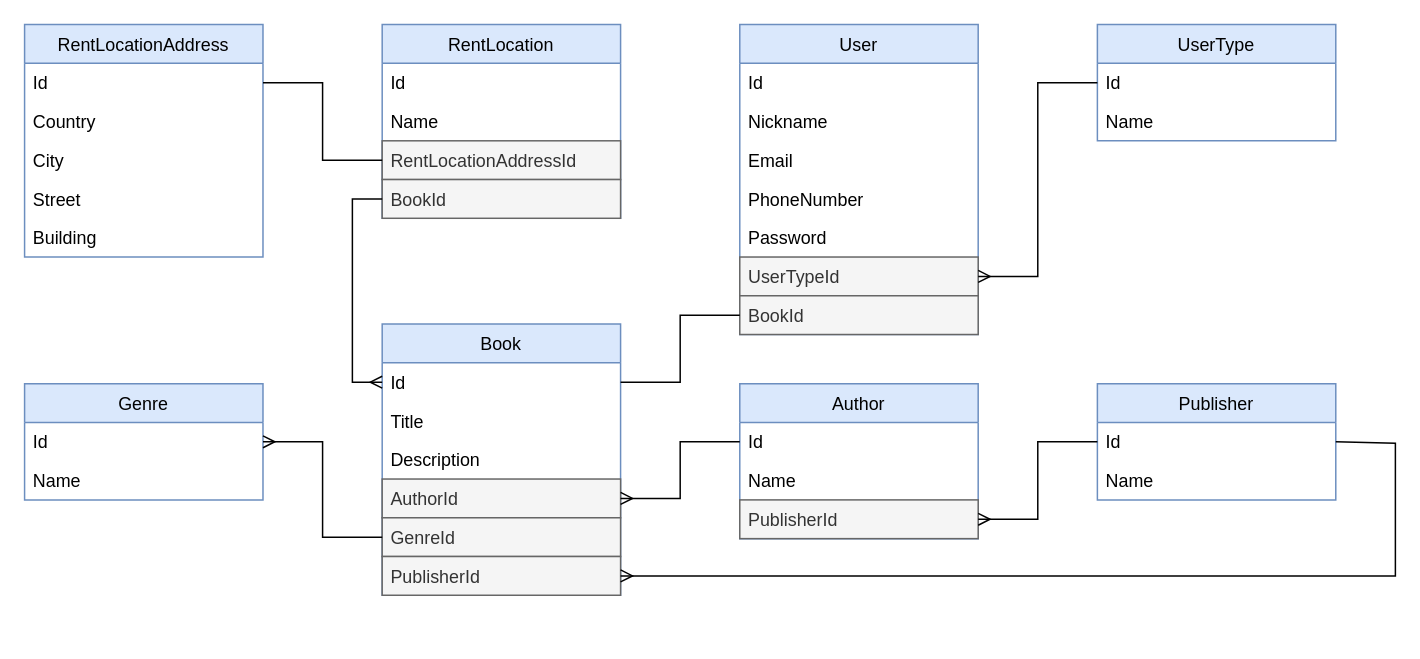
Before: Untitled Diagram.drawio in s-samusik/BookSharing, a draw.io diagram. Source tidied: cells renumbered, new cells numbered last; positions are measured from the earlier drawing's top-left corner, leaving out a move shared by most shapes. Both pictures are drawn from the tidied source at 149%, with x=0, y=0 at pixel (24, 24).
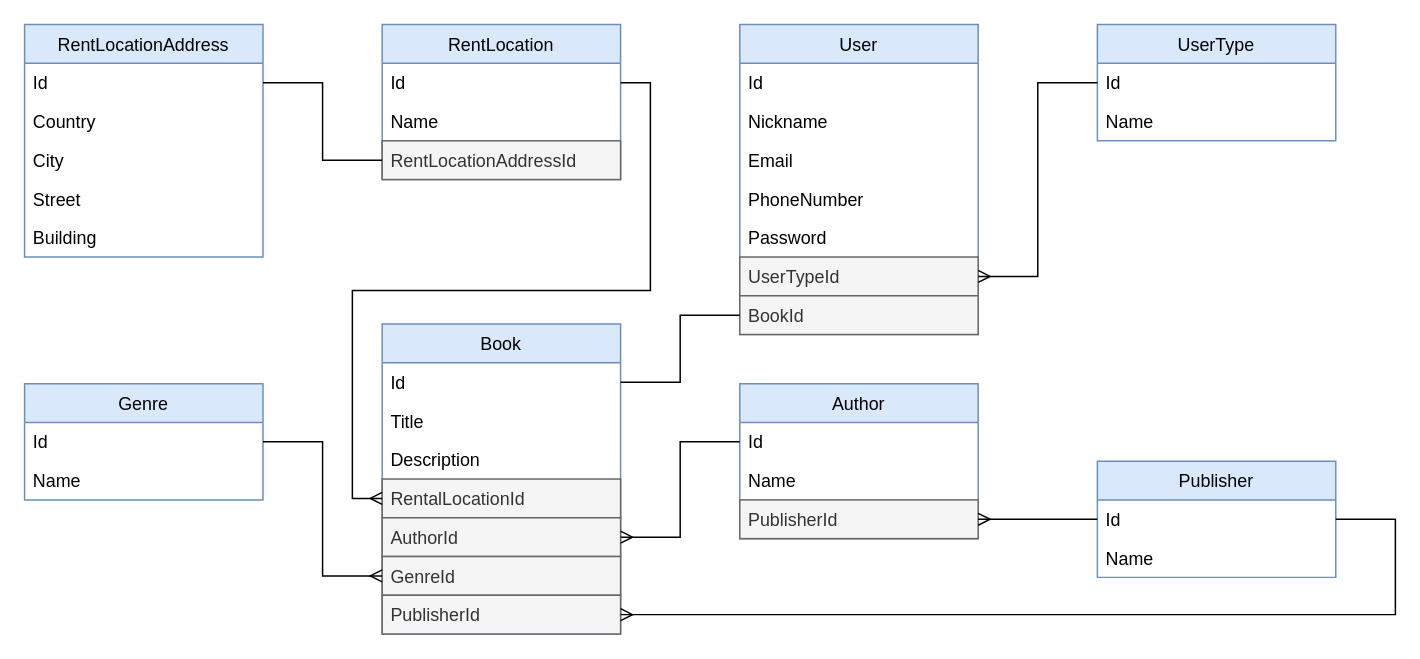
The same diagram, later.

Unchanged cells that the change refers to:
```xml
<mxCell id="3" value="Id" style="text;strokeColor=none;fillColor=none;align=left;verticalAlign=top;spacingLeft=4;spacingRight=4;overflow=hidden;points=[[0,0.5],[1,0.5]];portConstraint=eastwest;" parent="2" vertex="1">
  <mxGeometry y="26" width="160" height="26" as="geometry" />
</mxCell>
<mxCell id="10" value="Id" style="text;strokeColor=none;fillColor=none;align=left;verticalAlign=top;spacingLeft=4;spacingRight=4;overflow=hidden;points=[[0,0.5],[1,0.5]];portConstraint=eastwest;" parent="9" vertex="1">
  <mxGeometry y="26" width="160" height="26" as="geometry" />
</mxCell>
<mxCell id="18" value="Id" style="text;strokeColor=none;fillColor=none;align=left;verticalAlign=top;spacingLeft=4;spacingRight=4;overflow=hidden;points=[[0,0.5],[1,0.5]];portConstraint=eastwest;" parent="17" vertex="1">
  <mxGeometry y="26" width="160" height="26" as="geometry" />
</mxCell>
<mxCell id="42" value="Id" style="text;strokeColor=none;fillColor=none;align=left;verticalAlign=top;spacingLeft=4;spacingRight=4;overflow=hidden;points=[[0,0.5],[1,0.5]];portConstraint=eastwest;" parent="41" vertex="1">
  <mxGeometry y="26" width="160" height="26" as="geometry" />
</mxCell>
```

Diff of the diagram source:
```diff
@@
     <mxCell id="2" value="Book" style="swimlane;fontStyle=0;horizontal=1;startSize=26;fillColor=#dae8fc;strokeColor=#6c8ebf;" parent="1" vertex="1">
-      <mxGeometry x="240" y="201" width="160" height="182" as="geometry" />
+      <mxGeometry x="240" y="201" width="160" height="208" as="geometry" />
     </mxCell>
@@
+    <mxCell id="49" value="RentalLocationId&#10;" style="text;strokeColor=#666666;fillColor=#f5f5f5;align=left;verticalAlign=top;spacingLeft=4;spacingRight=4;overflow=hidden;points=[[0,0.5],[1,0.5]];portConstraint=eastwest;fontColor=#333333;" parent="2" vertex="1">
+      <mxGeometry y="104" width="160" height="26" as="geometry" />
+    </mxCell>
     <mxCell id="6" value="AuthorId" style="text;strokeColor=#666666;fillColor=#f5f5f5;align=left;verticalAlign=top;spacingLeft=4;spacingRight=4;overflow=hidden;points=[[0,0.5],[1,0.5]];portConstraint=eastwest;fontColor=#333333;" parent="2" vertex="1">
-      <mxGeometry y="104" width="160" height="26" as="geometry" />
+      <mxGeometry y="130" width="160" height="26" as="geometry" />
     </mxCell>
     <mxCell id="7" value="GenreId" style="text;strokeColor=#666666;fillColor=#f5f5f5;align=left;verticalAlign=top;spacingLeft=4;spacingRight=4;overflow=hidden;points=[[0,0.5],[1,0.5]];portConstraint=eastwest;fontColor=#333333;" parent="2" vertex="1">
-      <mxGeometry y="130" width="160" height="26" as="geometry" />
+      <mxGeometry y="156" width="160" height="26" as="geometry" />
     </mxCell>
     <mxCell id="8" value="PublisherId" style="text;strokeColor=#666666;fillColor=#f5f5f5;align=left;verticalAlign=top;spacingLeft=4;spacingRight=4;overflow=hidden;points=[[0,0.5],[1,0.5]];portConstraint=eastwest;fontColor=#333333;" parent="2" vertex="1">
-      <mxGeometry y="156" width="160" height="26" as="geometry" />
+      <mxGeometry y="182" width="160" height="26" as="geometry" />
     </mxCell>
@@
     <mxCell id="17" value="Publisher" style="swimlane;fontStyle=0;horizontal=1;startSize=26;fillColor=#dae8fc;strokeColor=#6c8ebf;" parent="1" vertex="1">
-      <mxGeometry x="720" y="241" width="160" height="78" as="geometry" />
+      <mxGeometry x="720" y="293" width="160" height="78" as="geometry" />
     </mxCell>
@@
     <mxCell id="21" style="edgeStyle=orthogonalEdgeStyle;rounded=0;jettySize=auto;html=1;exitX=1;exitY=0.5;exitDx=0;exitDy=0;startArrow=ERmany;startFill=0;endArrow=none;endFill=0;entryX=1;entryY=0.5;entryDx=0;entryDy=0;" parent="1" edge="1" source="8" target="18">
       <mxGeometry relative="1" as="geometry">
         <Array as="points">
-          <mxPoint x="920" y="370" />
-          <mxPoint x="920" y="281" />
+          <mxPoint x="920" y="396" />
+          <mxPoint x="920" y="332" />
         </Array>
       </mxGeometry>
     </mxCell>
-    <mxCell id="22" style="edgeStyle=orthogonalEdgeStyle;rounded=0;jettySize=auto;html=1;exitX=0;exitY=0.5;exitDx=0;exitDy=0;entryX=1;entryY=0.5;entryDx=0;entryDy=0;endArrow=ERmany;endFill=0;startArrow=none;startFill=0;" parent="1" edge="1" source="7" target="10">
+    <mxCell id="22" style="edgeStyle=orthogonalEdgeStyle;rounded=0;jettySize=auto;html=1;exitX=0;exitY=0.5;exitDx=0;exitDy=0;entryX=1;entryY=0.5;entryDx=0;entryDy=0;endArrow=none;endFill=0;startArrow=ERmany;startFill=0;" parent="1" edge="1" source="7" target="10">
       <mxGeometry relative="1" as="geometry" />
     </mxCell>
@@
     <mxCell id="41" value="RentLocation" style="swimlane;fontStyle=0;horizontal=1;startSize=26;fillColor=#dae8fc;strokeColor=#6c8ebf;" parent="1" vertex="1">
-      <mxGeometry x="240" width="160" height="130" as="geometry" />
+      <mxGeometry x="240" width="160" height="104" as="geometry" />
     </mxCell>
@@
-    <mxCell id="45" value="BookId" style="text;strokeColor=#666666;fillColor=#f5f5f5;align=left;verticalAlign=top;spacingLeft=4;spacingRight=4;overflow=hidden;points=[[0,0.5],[1,0.5]];portConstraint=eastwest;fontColor=#333333;" parent="41" vertex="1">
-      <mxGeometry y="104" width="160" height="26" as="geometry" />
-    </mxCell>
@@
-    <mxCell id="47" style="edgeStyle=orthogonalEdgeStyle;rounded=0;jettySize=auto;html=1;exitX=0;exitY=0.5;exitDx=0;exitDy=0;entryX=0;entryY=0.5;entryDx=0;entryDy=0;endArrow=ERmany;endFill=0;" parent="1" edge="1" source="45" target="3">
-      <mxGeometry relative="1" as="geometry" />
-    </mxCell>
@@
+    <mxCell id="50" style="edgeStyle=orthogonalEdgeStyle;rounded=0;jettySize=auto;html=1;exitX=1;exitY=0.5;exitDx=0;exitDy=0;entryX=0;entryY=0.5;entryDx=0;entryDy=0;startArrow=none;startFill=0;endArrow=ERmany;endFill=0;" parent="1" edge="1" source="42" target="49">
+      <mxGeometry relative="1" as="geometry" />
+    </mxCell>
```
